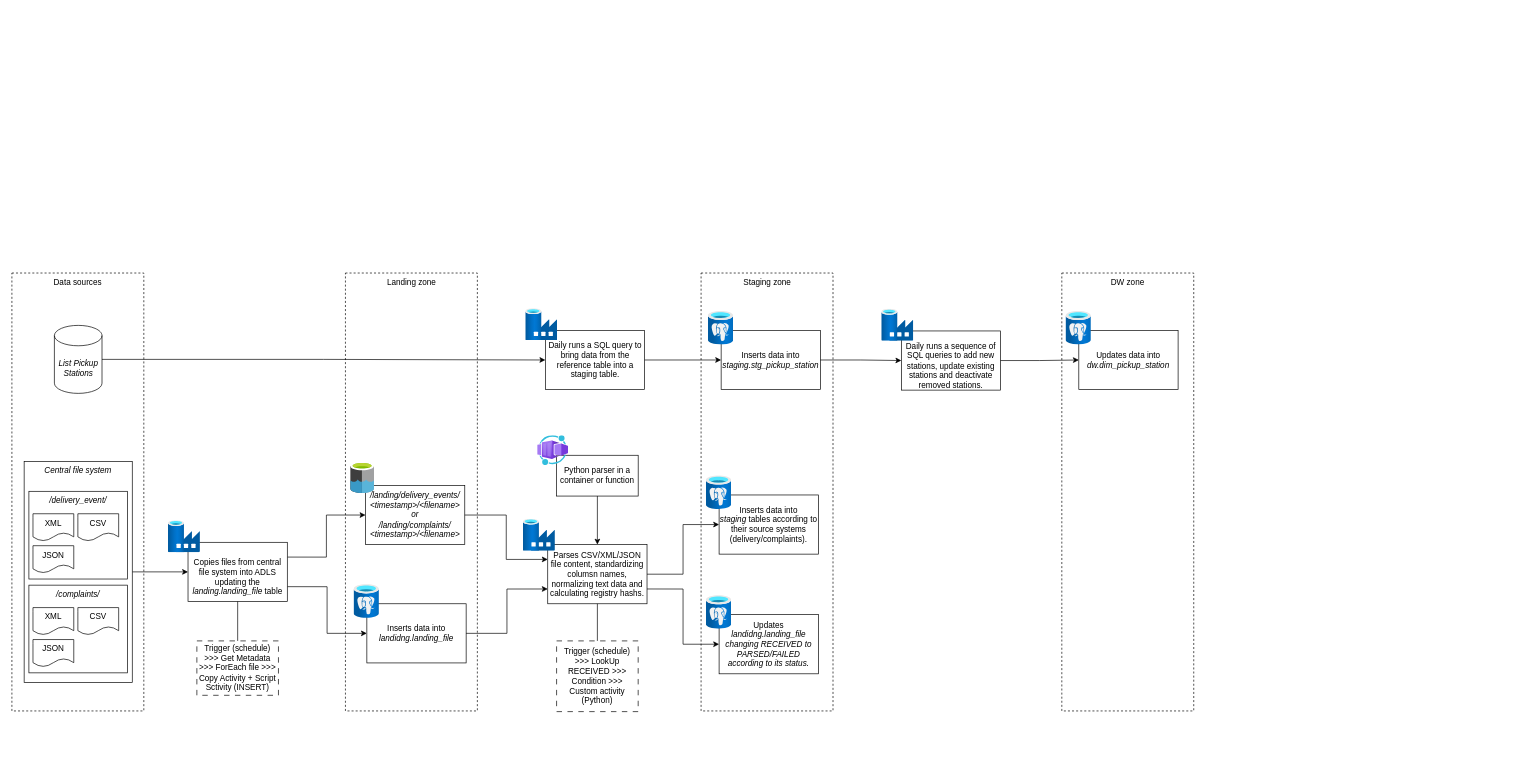
This is docs/pipeline.drawio from brunopiato/proj_4flow, a draw.io file, before an edit. Source tidied: cells renumbered, new cells numbered last; positions are measured from the earlier drawing's top-left corner, leaving out a move shared by most shapes. Both pictures are drawn from the tidied source at 68%, with x=0, y=0 at pixel (12, 273).
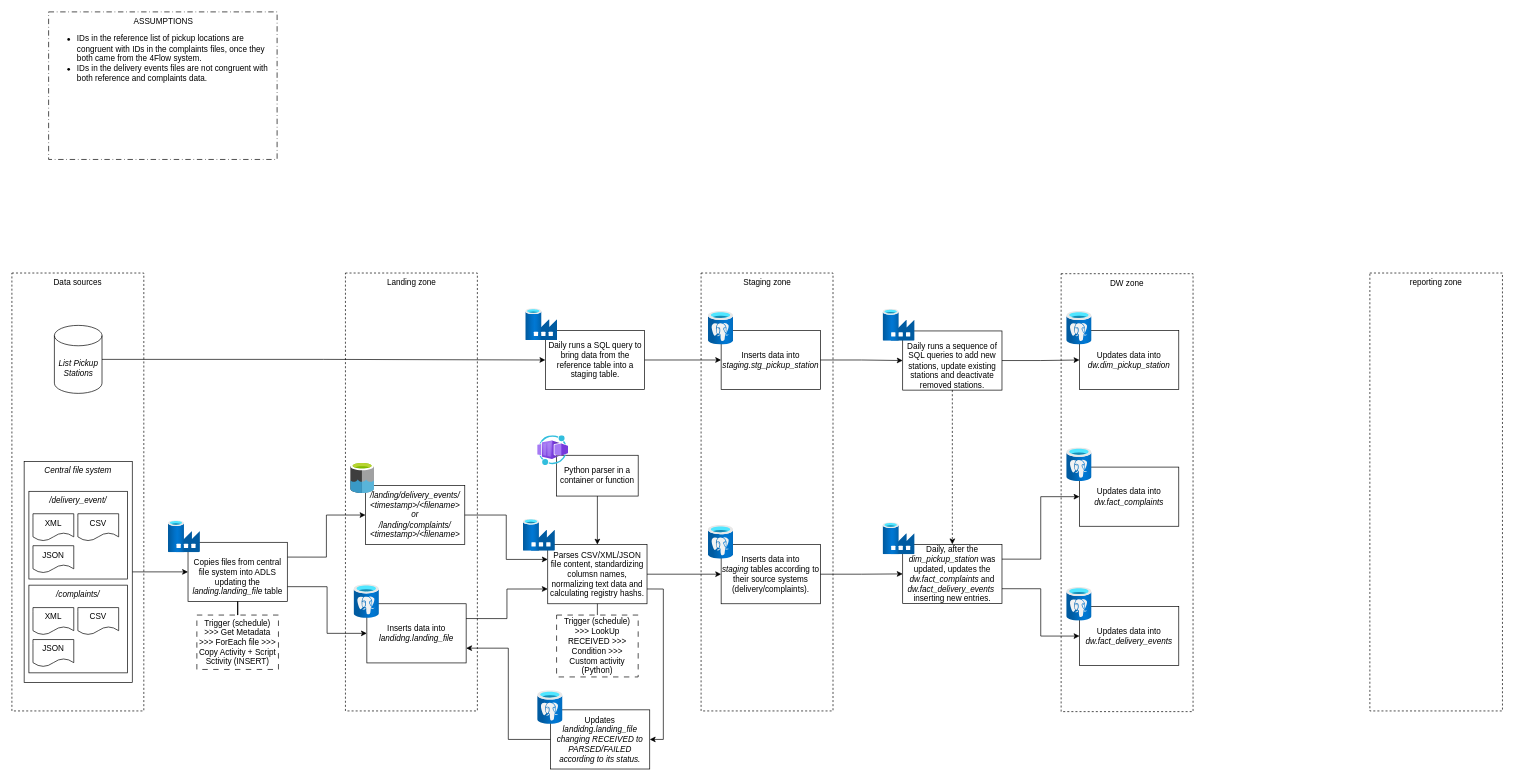
After the change.

Commit message (it also covers changes not shown here):
dev: developed fact_complaints and fact_delivery_events

Unchanged cells that the change refers to:
```xml
<mxCell id="17" value="Inserts data into&lt;div&gt;&lt;i&gt;landidng.landing_file&lt;/i&gt;&lt;/div&gt;" style="rounded=0;whiteSpace=wrap;html=1;" parent="16" vertex="1">
  <mxGeometry x="19" y="28.4" width="146" height="87" as="geometry" />
</mxCell>
<mxCell id="20" value="&lt;div&gt;Parses CSV/XML/JSON file content, standardizing columsn names, normalizing text data and calculating registry hashs.&lt;/div&gt;" style="rounded=0;whiteSpace=wrap;html=1;" parent="19" vertex="1">
  <mxGeometry x="36" y="37.5" width="146" height="87" as="geometry" />
</mxCell>
<mxCell id="44" value="Updates&lt;div&gt;&lt;i&gt;landidng.landing_file changing RECEIVED to PARSED/FAILED according to its status.&lt;/i&gt;&lt;/div&gt;" style="rounded=0;whiteSpace=wrap;html=1;" parent="43" vertex="1">
  <mxGeometry x="19" y="28.4" width="146" height="87" as="geometry" />
</mxCell>
<mxCell id="48" value="Inserts data into &lt;i&gt;staging&lt;/i&gt;&amp;nbsp;tables according to their source systems (delivery/complaints)." style="rounded=0;whiteSpace=wrap;html=1;" parent="47" vertex="1">
  <mxGeometry x="19" y="28.4" width="146" height="87" as="geometry" />
</mxCell>
<mxCell id="63" value="&lt;div&gt;&lt;br&gt;&lt;/div&gt;Daily runs a sequence of SQL queries to add new stations, update existing stations and deactivate removed stations." style="rounded=0;whiteSpace=wrap;html=1;" parent="62" vertex="1">
  <mxGeometry x="29" y="32" width="146" height="87" as="geometry" />
</mxCell>
```

The edit, as a diff of the source:
```diff
@@
-    <mxCell id="23" style="edgeStyle=orthogonalEdgeStyle;rounded=0;jettySize=auto;html=1;entryX=0;entryY=0.75;entryDx=0;entryDy=0;" parent="1" edge="1" source="17" target="20">
+    <mxCell id="23" style="edgeStyle=orthogonalEdgeStyle;rounded=0;jettySize=auto;html=1;entryX=0;entryY=0.75;entryDx=0;entryDy=0;exitX=1;exitY=0.25;exitDx=0;exitDy=0;" parent="1" edge="1" source="17" target="20">
       <mxGeometry relative="1" as="geometry" />
     </mxCell>
@@
     <mxCell id="28" value="Trigger (schedule) &amp;gt;&amp;gt;&amp;gt; LookUp RECEIVED &amp;gt;&amp;gt;&amp;gt; Condition &amp;gt;&amp;gt;&amp;gt; Custom activity (Python)" style="rounded=0;whiteSpace=wrap;html=1;dashed=1;dashPattern=8 8;" parent="1" vertex="1">
-      <mxGeometry x="801" y="541" width="120" height="104" as="geometry" />
+      <mxGeometry x="801" y="503" width="120" height="91" as="geometry" />
     </mxCell>
     <mxCell id="29" value="Trigger (schedule) &amp;gt;&amp;gt;&amp;gt; Get Metadata &amp;gt;&amp;gt;&amp;gt; ForEach file &amp;gt;&amp;gt;&amp;gt; Copy Activity + Script Sctivity (INSERT)" style="rounded=0;whiteSpace=wrap;html=1;dashed=1;dashPattern=8 8;" parent="1" vertex="1">
-      <mxGeometry x="272" y="541" width="120" height="80" as="geometry" />
+      <mxGeometry x="272" y="503" width="120" height="80" as="geometry" />
     </mxCell>
-    <mxCell id="30" style="edgeStyle=orthogonalEdgeStyle;rounded=0;jettySize=auto;html=1;exitX=0.5;exitY=1;exitDx=0;exitDy=0;entryX=0.5;entryY=0;entryDx=0;entryDy=0;endArrow=none;endFill=0;" parent="1" edge="1" source="20" target="28">
-      <mxGeometry relative="1" as="geometry" />
-    </mxCell>
@@
     <mxCell id="43" style="group;" parent="1" vertex="1">
-      <mxGeometry x="1021" y="474" width="165" height="115.4" as="geometry" />
+      <mxGeometry x="773" y="614" width="165" height="115.4" as="geometry" />
     </mxCell>
@@
-    <mxCell id="46" style="edgeStyle=orthogonalEdgeStyle;rounded=0;jettySize=auto;html=1;exitX=1;exitY=0.75;exitDx=0;exitDy=0;entryX=0;entryY=0.5;entryDx=0;entryDy=0;" parent="1" edge="1" source="20" target="44">
+    <mxCell id="46" style="edgeStyle=orthogonalEdgeStyle;rounded=0;jettySize=auto;html=1;exitX=1;exitY=0.75;exitDx=0;exitDy=0;entryX=1;entryY=0.5;entryDx=0;entryDy=0;" parent="1" edge="1" source="20" target="44">
       <mxGeometry relative="1" as="geometry" />
     </mxCell>
     <mxCell id="47" style="group;" parent="1" vertex="1">
-      <mxGeometry x="1021" y="298" width="165" height="115.4" as="geometry" />
+      <mxGeometry x="1024" y="371" width="165" height="115.4" as="geometry" />
     </mxCell>
@@
     <mxCell id="55" value="DW zone" style="rounded=0;whiteSpace=wrap;html=1;dashed=1;verticalAlign=top;" parent="1" vertex="1">
-      <mxGeometry x="1544" width="194" height="644" as="geometry" />
+      <mxGeometry x="1543" y="1" width="194" height="644" as="geometry" />
     </mxCell>
@@
     <mxCell id="59" style="group;" parent="1" vertex="1">
-      <mxGeometry x="1550" y="56" width="165" height="115.4" as="geometry" />
+      <mxGeometry x="1551" y="56" width="165" height="115.4" as="geometry" />
     </mxCell>
@@
     <mxCell id="62" style="group;" parent="1" vertex="1">
-      <mxGeometry x="1279" y="53.2" width="175" height="119" as="geometry" />
+      <mxGeometry x="1281" y="53.2" width="175" height="119" as="geometry" />
     </mxCell>
@@
+    <mxCell id="67" value="reporting zone" style="rounded=0;whiteSpace=wrap;html=1;dashed=1;verticalAlign=top;" parent="1" vertex="1">
+      <mxGeometry x="1997" width="195" height="644" as="geometry" />
+    </mxCell>
+    <mxCell id="68" style="edgeStyle=orthogonalEdgeStyle;rounded=0;jettySize=auto;html=1;entryX=1;entryY=0.75;entryDx=0;entryDy=0;" parent="1" edge="1" source="44" target="17">
+      <mxGeometry relative="1" as="geometry" />
+    </mxCell>
+    <mxCell id="30" style="edgeStyle=orthogonalEdgeStyle;rounded=0;jettySize=auto;html=1;exitX=0.5;exitY=1;exitDx=0;exitDy=0;entryX=0.5;entryY=0;entryDx=0;entryDy=0;endArrow=none;endFill=0;" parent="1" edge="1" source="20" target="28">
+      <mxGeometry relative="1" as="geometry" />
+    </mxCell>
+    <mxCell id="69" value="&lt;div style=&quot;text-align: center;&quot;&gt;&lt;span style=&quot;background-color: transparent; color: light-dark(rgb(0, 0, 0), rgb(255, 255, 255));&quot;&gt;ASSUMPTIONS&lt;/span&gt;&lt;/div&gt;&lt;div&gt;&lt;ul&gt;&lt;li&gt;IDs in the reference list of pickup locations are congruent with IDs in the complaints files, once they both came from the 4Flow system.&lt;/li&gt;&lt;li&gt;IDs in the delivery events files are not congruent with both reference and complaints data.&lt;/li&gt;&lt;/ul&gt;&lt;/div&gt;" style="rounded=0;whiteSpace=wrap;html=1;dashed=1;dashPattern=8 4 1 4;align=left;verticalAlign=top;" parent="1" vertex="1">
+      <mxGeometry x="54" y="-384" width="336" height="217" as="geometry" />
+    </mxCell>
+    <mxCell id="70" style="group;" parent="1" vertex="1">
+      <mxGeometry x="1551" y="257" width="165" height="115.4" as="geometry" />
+    </mxCell>
+    <mxCell id="71" value="Updates data into&lt;div&gt;&lt;i&gt;dw&lt;/i&gt;&lt;i style=&quot;background-color: transparent; color: light-dark(rgb(0, 0, 0), rgb(255, 255, 255));&quot;&gt;.fact_complaints&lt;/i&gt;&lt;/div&gt;" style="rounded=0;whiteSpace=wrap;html=1;" parent="70" vertex="1">
+      <mxGeometry x="19" y="28.4" width="146" height="87" as="geometry" />
+    </mxCell>
+    <mxCell id="72" style="image;html=1;align=center;fontSize=12;image=img/lib/azure2/databases/Azure_Database_PostgreSQL_Server.svg;" parent="70" vertex="1">
+      <mxGeometry width="37.2" height="49.7" as="geometry" />
+    </mxCell>
+    <mxCell id="73" style="group;" parent="1" vertex="1">
+      <mxGeometry x="1551" y="462" width="165" height="115.4" as="geometry" />
+    </mxCell>
+    <mxCell id="74" value="Updates data into&lt;div&gt;&lt;i&gt;dw&lt;/i&gt;&lt;i style=&quot;background-color: transparent; color: light-dark(rgb(0, 0, 0), rgb(255, 255, 255));&quot;&gt;.fact_delivery_events&lt;/i&gt;&lt;/div&gt;" style="rounded=0;whiteSpace=wrap;html=1;" parent="73" vertex="1">
+      <mxGeometry x="19" y="28.4" width="146" height="87" as="geometry" />
+    </mxCell>
+    <mxCell id="75" style="image;html=1;align=center;fontSize=12;image=img/lib/azure2/databases/Azure_Database_PostgreSQL_Server.svg;" parent="73" vertex="1">
+      <mxGeometry width="37.2" height="49.7" as="geometry" />
+    </mxCell>
+    <mxCell id="76" style="group;" parent="1" vertex="1">
+      <mxGeometry x="1281" y="367" width="175" height="119" as="geometry" />
+    </mxCell>
+    <mxCell id="77" value="Daily, after the &lt;i&gt;dim_pickup_station&lt;/i&gt;&amp;nbsp;was updated, updates the &lt;i&gt;dw.fact_complaints&lt;/i&gt;&amp;nbsp;and &lt;i&gt;dw.fact_delivery_events&lt;/i&gt;&amp;nbsp;&lt;div&gt;inserting new entries.&lt;/div&gt;" style="rounded=0;whiteSpace=wrap;html=1;" parent="76" vertex="1">
+      <mxGeometry x="29" y="32" width="146" height="87" as="geometry" />
+    </mxCell>
+    <mxCell id="78" style="image;html=1;align=center;fontSize=12;image=img/lib/azure2/databases/Data_Factory.svg;" parent="76" vertex="1">
+      <mxGeometry width="47" height="47" as="geometry" />
+    </mxCell>
+    <mxCell id="79" style="edgeStyle=orthogonalEdgeStyle;rounded=0;jettySize=auto;html=1;entryX=0;entryY=0.5;entryDx=0;entryDy=0;" parent="1" edge="1" source="48" target="77">
+      <mxGeometry relative="1" as="geometry" />
+    </mxCell>
+    <mxCell id="80" style="edgeStyle=orthogonalEdgeStyle;rounded=0;jettySize=auto;html=1;exitX=1;exitY=0.25;exitDx=0;exitDy=0;entryX=0;entryY=0.5;entryDx=0;entryDy=0;" parent="1" edge="1" source="77" target="71">
+      <mxGeometry relative="1" as="geometry" />
+    </mxCell>
+    <mxCell id="81" style="edgeStyle=orthogonalEdgeStyle;rounded=0;jettySize=auto;html=1;exitX=1;exitY=0.75;exitDx=0;exitDy=0;entryX=0;entryY=0.5;entryDx=0;entryDy=0;" parent="1" edge="1" source="77" target="74">
+      <mxGeometry relative="1" as="geometry" />
+    </mxCell>
+    <mxCell id="82" style="edgeStyle=orthogonalEdgeStyle;rounded=0;jettySize=auto;html=1;entryX=0.5;entryY=0;entryDx=0;entryDy=0;dashed=1;" parent="1" edge="1" source="63" target="77">
+      <mxGeometry relative="1" as="geometry" />
+    </mxCell>
```
